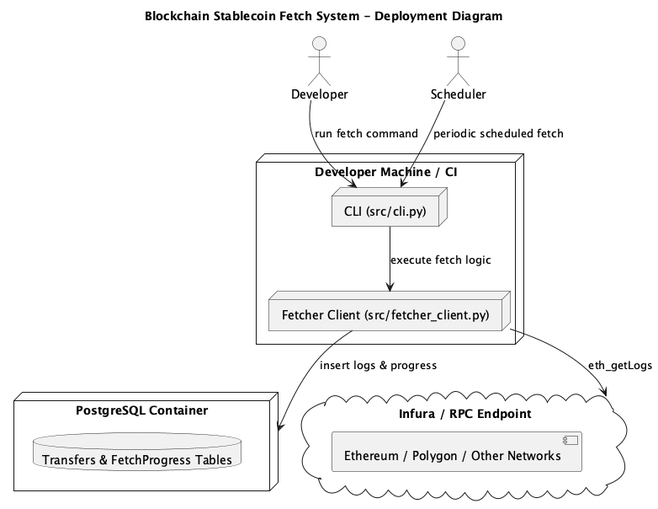
Above: report/figures/deployment_diagram.png in celilozknn/CMPE492-Project (PlantUML), before the change.
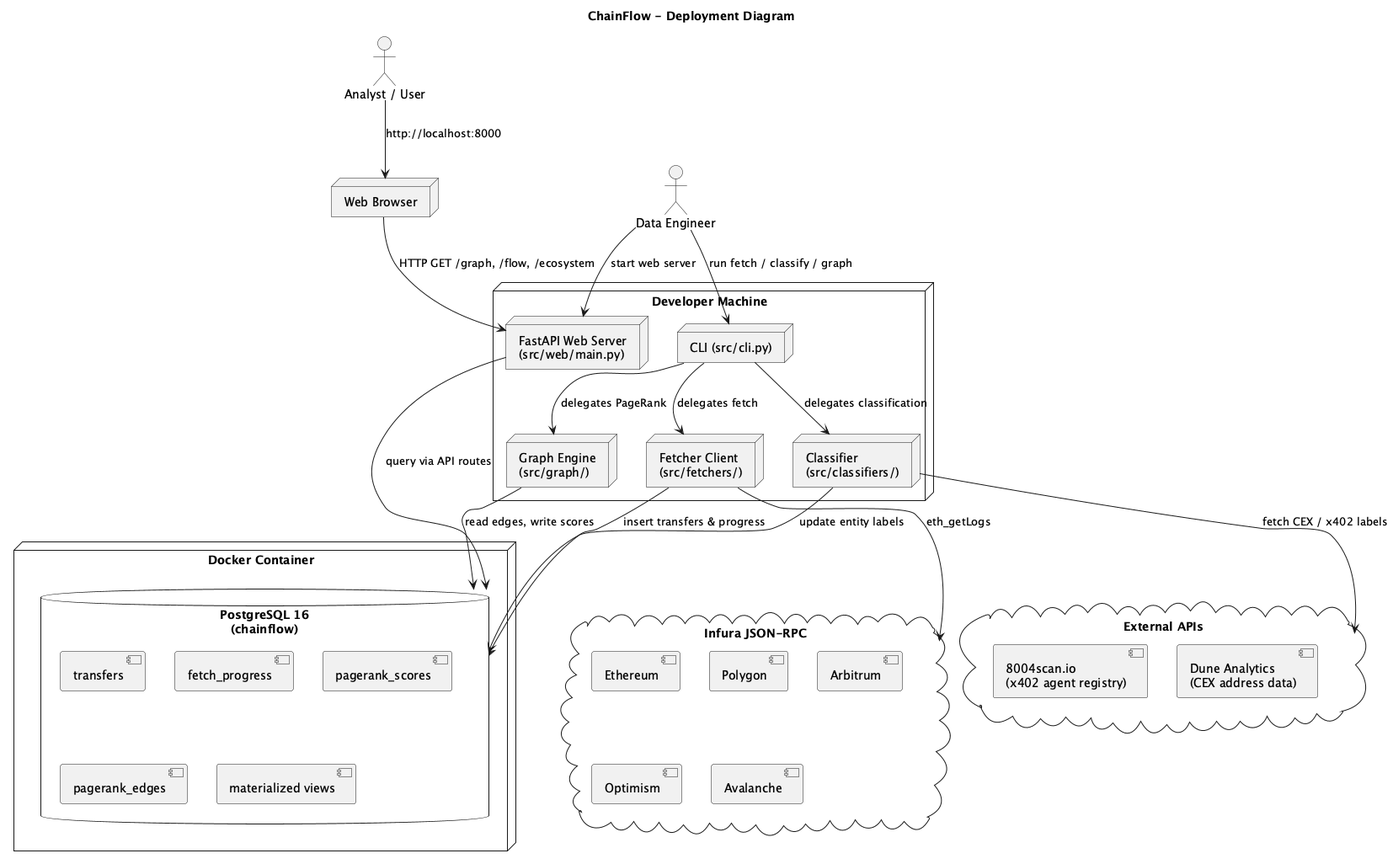
Above is the later version.

The edit, as a diff of the source:
```diff
@@ -1,26 +1,59 @@
 @startuml
-title Blockchain Stablecoin Fetch System - Deployment Diagram
+title ChainFlow - Deployment Diagram
 
-actor Developer
-actor Scheduler
+actor "Data Engineer" as DE
+actor "Analyst / User" as Analyst
 
-node "Developer Machine / CI" {
-    node "CLI (src/cli.py)"
-    node "Fetcher Client (src/fetcher_client.py)"
+node "Developer Machine" {
+    node "CLI (src/cli.py)" as CLI
+    node "FastAPI Web Server\n(src/web/main.py)" as Web
+    node "Fetcher Client\n(src/fetchers/)" as Fetcher
+    node "Classifier\n(src/classifiers/)" as Classifier
+    node "Graph Engine\n(src/graph/)" as Graph
 }
 
-node "PostgreSQL Container" {
-    database "Transfers & FetchProgress Tables"
+node "Docker Container" {
+    database "PostgreSQL 16\n(chainflow)" as PG {
+        [transfers]
+        [fetch_progress]
+        [pagerank_scores]
+        [pagerank_edges]
+        [materialized views]
+    }
 }
 
-cloud "Infura / RPC Endpoint" {
-    [Ethereum / Polygon / Other Networks]
+cloud "Infura JSON-RPC" {
+    [Ethereum]
+    [Polygon]
+    [Arbitrum]
+    [Optimism]
+    [Avalanche]
 }
 
-Developer --> "CLI (src/cli.py)" : run fetch command
-"CLI (src/cli.py)" --> "Fetcher Client (src/fetcher_client.py)" : execute fetch logic
-"Fetcher Client (src/fetcher_client.py)" --> "Infura / RPC Endpoint" : eth_getLogs
-"Fetcher Client (src/fetcher_client.py)" --> "PostgreSQL Container" : insert logs & progress
-Scheduler --> "CLI (src/cli.py)" : periodic scheduled fetch
+cloud "External APIs" {
+    [8004scan.io\n(x402 agent registry)]
+    [Dune Analytics\n(CEX address data)]
+}
+
+node "Web Browser" as Browser
+
+DE --> CLI : "run fetch / classify / graph"
+CLI --> Fetcher : delegates fetch
+CLI --> Classifier : delegates classification
+CLI --> Graph : delegates PageRank
+
+Fetcher --> "Infura JSON-RPC" : eth_getLogs
+Fetcher --> PG : insert transfers & progress
+
+Classifier --> "External APIs" : fetch CEX / x402 labels
+Classifier --> PG : update entity labels
+
+Graph --> PG : read edges, write scores
+
+DE --> Web : start web server
+Web --> PG : query via API routes
+
+Analyst --> Browser : http://localhost:8000
+Browser --> Web : HTTP GET /graph, /flow, /ecosystem
 
 @enduml
```
